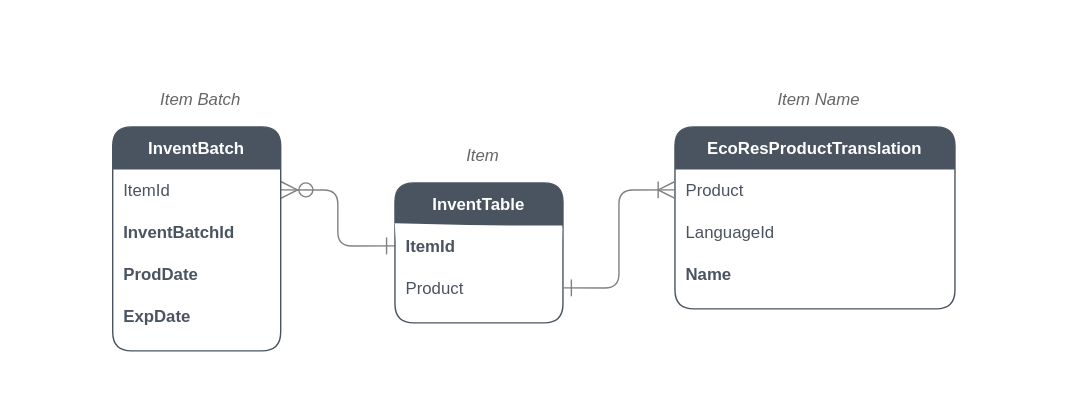
Before: svg/item-batch.drawio.svg, a diagram exported from draw.io (janusvrensburg/ms-d365-fo). Source tidied: cells renumbered, new cells last; positions are measured from the earlier drawing's top-left corner, leaving out a move shared by most shapes.
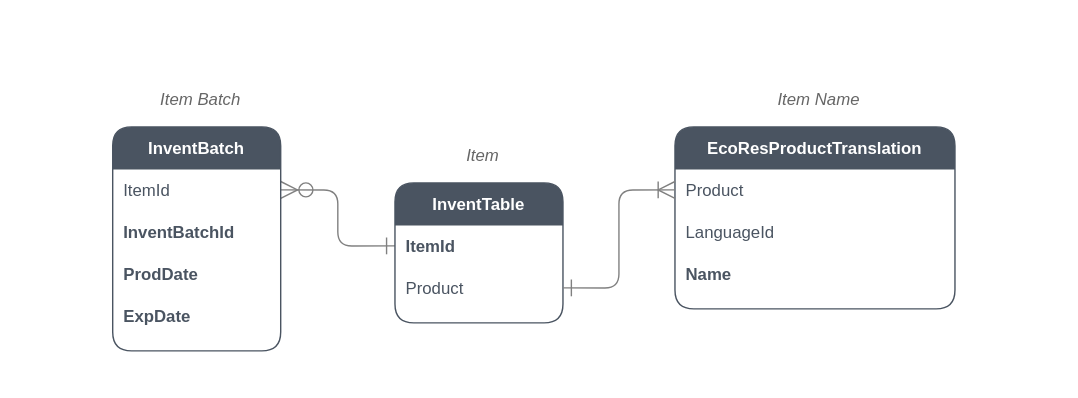
Later version of the same file.

Diff of the diagram source:
```diff
@@ -38,7 +38,7 @@
     <mxCell id="13" style="shape=partialRectangle;fillColor=none;top=0;left=0;bottom=0;right=0;points=[[0,0.5],[1,0.5]];portConstraint=eastwest;fontFamily=Helvetica;sketch=1;" parent="12" vertex="1">
       <mxGeometry y="30" width="120" height="30" as="geometry" />
     </mxCell>
-    <mxCell id="14" value="ItemId" style="shape=partialRectangle;top=0;left=0;bottom=0;right=0;align=left;spacingLeft=6;overflow=hidden;fontFamily=Helvetica;sketch=1;labelBackgroundColor=none;labelBorderColor=none;fontColor=#4A5461;fontStyle=1;" parent="13" vertex="1">
+    <mxCell id="14" value="ItemId" style="shape=partialRectangle;top=0;left=0;bottom=0;right=0;align=left;spacingLeft=6;overflow=hidden;fontFamily=Helvetica;sketch=1;labelBackgroundColor=none;labelBorderColor=none;fontColor=#4A5461;fontStyle=1;fillColor=none;" parent="13" vertex="1">
       <mxGeometry width="120" height="30" as="geometry" />
     </mxCell>
     <mxCell id="15" style="shape=partialRectangle;fillColor=none;top=0;left=0;bottom=0;right=0;points=[[0,0.5],[1,0.5]];portConstraint=eastwest;fontFamily=Helvetica;sketch=1;fontStyle=5;" parent="12" vertex="1">
```
